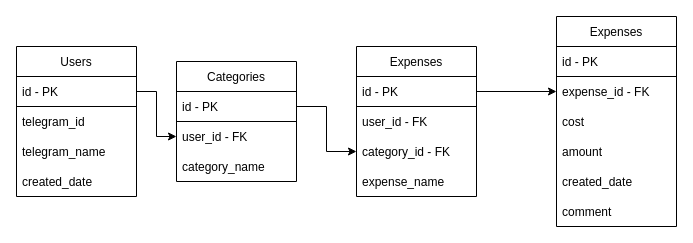
Above: finance_bot/database_blocksheme.drawio in nstitov/learning_telegram_bots (draw.io), before the change. Source tidied: cells renumbered, new cells numbered last; positions are measured from the earlier drawing's top-left corner, leaving out a move shared by most shapes. Both pictures are drawn from the tidied source at 100%, with x=0, y=0 at pixel (16, 16).
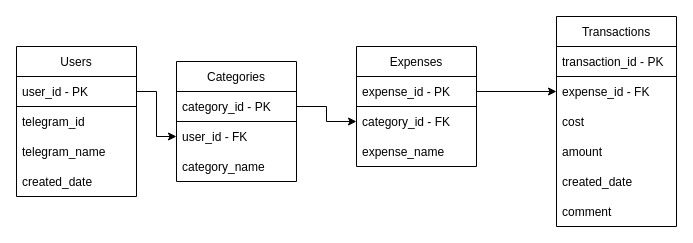
The same diagram, later.

The change refers to these unchanged cells:
```xml
<mxCell id="2" value="Users" style="swimlane;fontStyle=0;horizontal=1;startSize=30;" parent="1" vertex="1">
  <mxGeometry y="30" width="120" height="150" as="geometry" />
</mxCell>
<mxCell id="7" value="Categories" style="swimlane;fontStyle=0;horizontal=1;startSize=30;" parent="1" vertex="1">
  <mxGeometry x="160" y="45" width="120" height="120" as="geometry" />
</mxCell>
```

What changed in the source:
```diff
@@
-    <mxCell id="3" value="id - PK" style="text;strokeColor=default;fillColor=none;align=left;verticalAlign=middle;spacingLeft=4;spacingRight=4;overflow=hidden;points=[[0,0.5],[1,0.5]];portConstraint=eastwest;" parent="2" vertex="1">
+    <mxCell id="3" value="user_id - PK" style="text;strokeColor=default;fillColor=none;align=left;verticalAlign=middle;spacingLeft=4;spacingRight=4;overflow=hidden;points=[[0,0.5],[1,0.5]];portConstraint=eastwest;" parent="2" vertex="1">
       <mxGeometry y="30" width="120" height="30" as="geometry" />
     </mxCell>
@@
-    <mxCell id="8" value="id - PK" style="text;strokeColor=default;fillColor=none;align=left;verticalAlign=middle;spacingLeft=4;spacingRight=4;overflow=hidden;points=[[0,0.5],[1,0.5]];portConstraint=eastwest;" parent="7" vertex="1">
+    <mxCell id="8" value="category_id - PK" style="text;strokeColor=default;fillColor=none;align=left;verticalAlign=middle;spacingLeft=4;spacingRight=4;overflow=hidden;points=[[0,0.5],[1,0.5]];portConstraint=eastwest;" parent="7" vertex="1">
       <mxGeometry y="30" width="120" height="30" as="geometry" />
     </mxCell>
@@
     <mxCell id="11" value="Expenses" style="swimlane;fontStyle=0;horizontal=1;startSize=30;" parent="1" vertex="1">
-      <mxGeometry x="340" y="30" width="120" height="150" as="geometry" />
+      <mxGeometry x="340" y="30" width="120" height="120" as="geometry" />
     </mxCell>
-    <mxCell id="12" value="id - PK" style="text;strokeColor=default;fillColor=none;align=left;verticalAlign=middle;spacingLeft=4;spacingRight=4;overflow=hidden;points=[[0,0.5],[1,0.5]];portConstraint=eastwest;" parent="11" vertex="1">
+    <mxCell id="12" value="expense_id - PK" style="text;strokeColor=default;fillColor=none;align=left;verticalAlign=middle;spacingLeft=4;spacingRight=4;overflow=hidden;points=[[0,0.5],[1,0.5]];portConstraint=eastwest;" parent="11" vertex="1">
       <mxGeometry y="30" width="120" height="30" as="geometry" />
     </mxCell>
-    <mxCell id="13" value="user_id - FK" style="text;strokeColor=none;fillColor=none;align=left;verticalAlign=middle;spacingLeft=4;spacingRight=4;overflow=hidden;" parent="11" vertex="1">
-      <mxGeometry y="60" width="120" height="30" as="geometry" />
-    </mxCell>
     <mxCell id="14" value="category_id - FK" style="text;strokeColor=none;fillColor=none;align=left;verticalAlign=middle;spacingLeft=4;spacingRight=4;overflow=hidden;points=[[0,0.5],[1,0.5]];portConstraint=eastwest;" parent="11" vertex="1">
-      <mxGeometry y="90" width="120" height="30" as="geometry" />
+      <mxGeometry y="60" width="120" height="30" as="geometry" />
     </mxCell>
     <mxCell id="15" value="expense_name" style="text;strokeColor=none;fillColor=none;align=left;verticalAlign=middle;spacingLeft=4;spacingRight=4;overflow=hidden;" parent="11" vertex="1">
-      <mxGeometry y="120" width="120" height="30" as="geometry" />
+      <mxGeometry y="90" width="120" height="30" as="geometry" />
     </mxCell>
-    <mxCell id="16" value="Expenses" style="swimlane;fontStyle=0;horizontal=1;startSize=30;" parent="1" vertex="1">
+    <mxCell id="16" value="Transactions" style="swimlane;fontStyle=0;horizontal=1;startSize=30;" parent="1" vertex="1">
       <mxGeometry x="540" width="120" height="210" as="geometry" />
     </mxCell>
-    <mxCell id="17" value="id - PK" style="text;strokeColor=default;fillColor=none;align=left;verticalAlign=middle;spacingLeft=4;spacingRight=4;overflow=hidden;" parent="16" vertex="1">
+    <mxCell id="17" value="transaction_id - PK" style="text;strokeColor=default;fillColor=none;align=left;verticalAlign=middle;spacingLeft=4;spacingRight=4;overflow=hidden;" parent="16" vertex="1">
       <mxGeometry y="30" width="120" height="30" as="geometry" />
     </mxCell>
```
